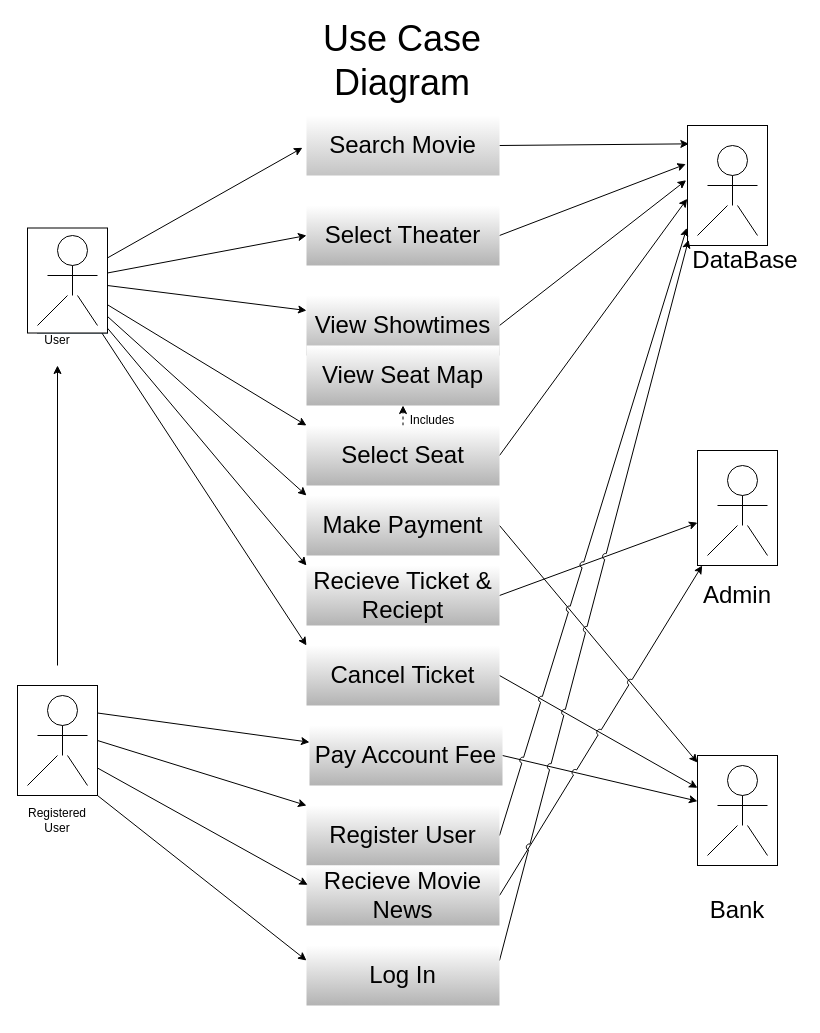
Dele-Oyelese/ENSF614_Project keeps this draw.io diagram as docs/UseCaseDiagram.drawio. Above is the earlier version. Source tidied: cells renumbered, new cells numbered last; positions are measured from the earlier drawing's top-left corner, leaving out a move shared by most shapes. Both pictures are drawn from the tidied source at 100%, with x=0, y=0 at pixel (17, 45).
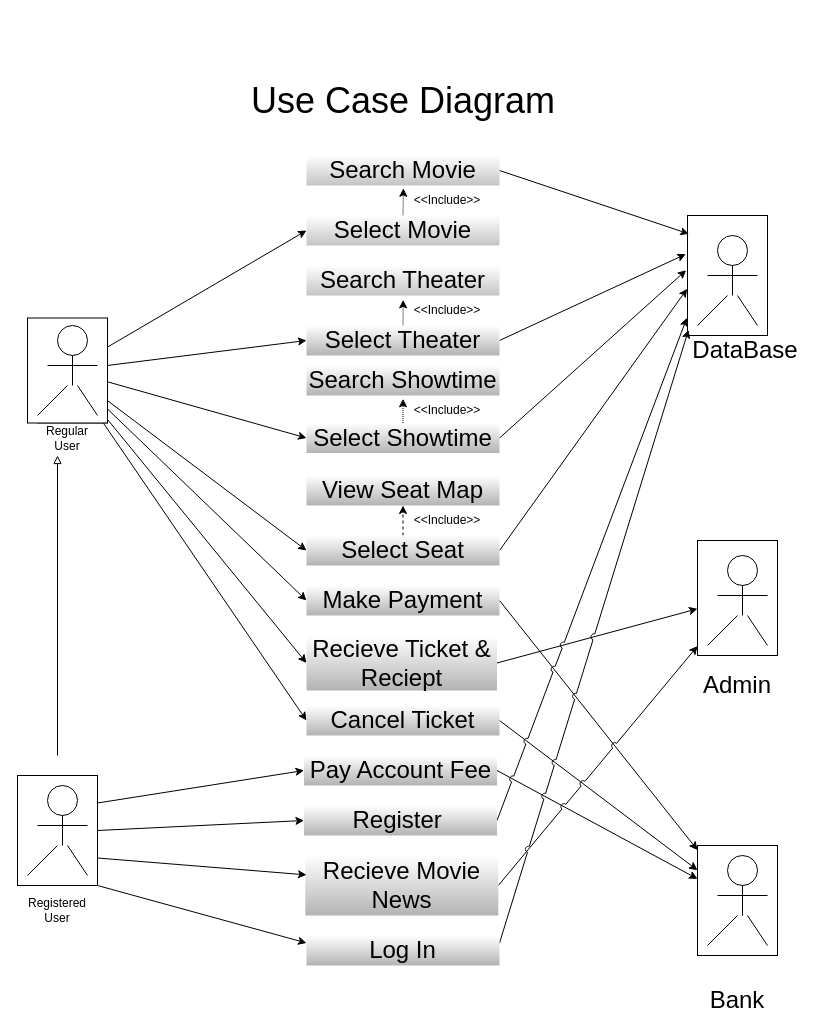
The same page after the edit.

Commit message (it also covers changes not shown here):
reviewed usecase diagrams

Unchanged cells that the change refers to:
```xml
<mxCell id="50" style="rounded=0;whiteSpace=wrap;html=1;fontSize=24;" parent="49" vertex="1">
  <mxGeometry x="-10" y="-7.5" width="80" height="105" as="geometry" />
</mxCell>
```

The edit, as a diff of the source:
```diff
@@
-    <mxCell id="2" style="rounded=0;jettySize=auto;html=1;fontSize=24;entryX=-0.021;entryY=0.538;entryDx=0;entryDy=0;entryPerimeter=0;" parent="1" edge="1" source="50" target="26">
+    <mxCell id="2" style="rounded=0;jettySize=auto;html=1;fontSize=24;entryX=0;entryY=0.5;entryDx=0;entryDy=0;" parent="1" edge="1" source="50" target="83">
       <mxGeometry relative="1" as="geometry" />
     </mxCell>
@@
-    <mxCell id="4" style="edgeStyle=none;rounded=0;jettySize=auto;html=1;fontSize=24;entryX=0;entryY=0.25;entryDx=0;entryDy=0;" parent="1" edge="1" source="50" target="30">
+    <mxCell id="4" style="edgeStyle=none;rounded=0;jettySize=auto;html=1;fontSize=24;entryX=0;entryY=0.5;entryDx=0;entryDy=0;" parent="1" edge="1" source="50" target="30">
       <mxGeometry relative="1" as="geometry" />
     </mxCell>
-    <mxCell id="5" style="edgeStyle=none;rounded=0;jettySize=auto;html=1;fontSize=24;entryX=0;entryY=0;entryDx=0;entryDy=0;" parent="1" edge="1" source="50" target="34">
+    <mxCell id="5" style="edgeStyle=none;rounded=0;jettySize=auto;html=1;fontSize=24;entryX=0;entryY=0.5;entryDx=0;entryDy=0;" parent="1" edge="1" source="50" target="34">
       <mxGeometry relative="1" as="geometry" />
     </mxCell>
-    <mxCell id="6" style="edgeStyle=none;rounded=0;jettySize=auto;html=1;fontSize=24;entryX=0;entryY=0;entryDx=0;entryDy=0;" parent="1" edge="1" source="50" target="36">
+    <mxCell id="6" style="edgeStyle=none;rounded=0;jettySize=auto;html=1;fontSize=24;entryX=0;entryY=0.5;entryDx=0;entryDy=0;" parent="1" edge="1" source="50" target="36">
       <mxGeometry relative="1" as="geometry" />
     </mxCell>
-    <mxCell id="7" style="edgeStyle=none;rounded=0;jettySize=auto;html=1;fontSize=24;entryX=0;entryY=0;entryDx=0;entryDy=0;" parent="1" edge="1" source="50" target="38">
+    <mxCell id="7" style="edgeStyle=none;rounded=0;jettySize=auto;html=1;fontSize=24;entryX=0;entryY=0.5;entryDx=0;entryDy=0;" parent="1" edge="1" source="50" target="38">
       <mxGeometry relative="1" as="geometry" />
     </mxCell>
-    <mxCell id="8" style="edgeStyle=none;rounded=0;jettySize=auto;html=1;fontSize=24;entryX=0;entryY=0;entryDx=0;entryDy=0;" parent="1" edge="1" source="50" target="40">
+    <mxCell id="8" style="edgeStyle=none;rounded=0;jettySize=auto;html=1;fontSize=24;entryX=0;entryY=0.5;entryDx=0;entryDy=0;" parent="1" edge="1" source="50" target="40">
       <mxGeometry relative="1" as="geometry" />
     </mxCell>
     <mxCell id="9" style="group;" parent="1" vertex="1">
-      <mxGeometry x="10" y="650" width="60" height="90" as="geometry" />
+      <mxGeometry x="10" y="740" width="60" height="90" as="geometry" />
     </mxCell>
@@
     <mxCell id="15" style="group;" parent="1" vertex="1">
-      <mxGeometry x="690" y="720" width="95" height="100" as="geometry" />
+      <mxGeometry x="690" y="810" width="95" height="100" as="geometry" />
     </mxCell>
@@
-    <mxCell id="22" value="User" style="text;html=1;strokeColor=none;fillColor=none;align=center;verticalAlign=middle;whiteSpace=wrap;rounded=0;" parent="1" vertex="1">
-      <mxGeometry x="10" y="280" width="60" height="30" as="geometry" />
+    <mxCell id="22" value="Regular User" style="text;html=1;strokeColor=none;fillColor=none;align=center;verticalAlign=middle;whiteSpace=wrap;rounded=0;" parent="1" vertex="1">
+      <mxGeometry x="20" y="377.5" width="60" height="30" as="geometry" />
     </mxCell>
     <mxCell id="23" value="Registered User" style="text;html=1;strokeColor=none;fillColor=none;align=center;verticalAlign=middle;whiteSpace=wrap;rounded=0;" parent="1" vertex="1">
-      <mxGeometry x="10" y="760" width="60" height="30" as="geometry" />
+      <mxGeometry x="10" y="850" width="60" height="30" as="geometry" />
     </mxCell>
-    <mxCell id="24" style="endArrow=classic;html=1;rounded=0;" parent="1" edge="1">
+    <mxCell id="24" style="endArrow=block;html=1;rounded=0;endFill=0;" parent="1" edge="1">
       <mxGeometry relative="1" as="geometry">
-        <mxPoint x="40" y="620" as="sourcePoint" />
-        <mxPoint x="40" y="320" as="targetPoint" />
+        <mxPoint x="40" y="710" as="sourcePoint" />
+        <mxPoint x="40" y="410" as="targetPoint" />
       </mxGeometry>
     </mxCell>
@@
     <mxCell id="26" value="&lt;font style=&quot;font-size: 24px;&quot;&gt;Search Movie&lt;/font&gt;" style="text;html=1;strokeColor=none;fillColor=default;align=center;verticalAlign=middle;whiteSpace=wrap;rounded=0;gradientColor=#C4C4C4;" parent="1" vertex="1">
-      <mxGeometry x="289" y="70" width="193" height="60" as="geometry" />
+      <mxGeometry x="289" y="110" width="193" height="30" as="geometry" />
     </mxCell>
@@
+    <mxCell id="80" style="edgeStyle=orthogonalEdgeStyle;rounded=0;jettySize=auto;html=1;exitX=0.5;exitY=0;exitDx=0;exitDy=0;entryX=0.501;entryY=1.145;entryDx=0;entryDy=0;entryPerimeter=0;dashed=1;dashPattern=1 1;" parent="1" edge="1" source="28" target="85">
+      <mxGeometry relative="1" as="geometry" />
+    </mxCell>
     <mxCell id="28" value="&lt;font style=&quot;font-size: 24px;&quot;&gt;Select Theater&lt;/font&gt;" style="text;html=1;strokeColor=none;fillColor=default;align=center;verticalAlign=middle;whiteSpace=wrap;rounded=0;gradientColor=#B3B3B3;" parent="1" vertex="1">
-      <mxGeometry x="289" y="160" width="193" height="60" as="geometry" />
+      <mxGeometry x="289" y="280" width="193" height="30" as="geometry" />
     </mxCell>
@@
+    <mxCell id="81" style="edgeStyle=orthogonalEdgeStyle;rounded=0;jettySize=auto;html=1;exitX=0.5;exitY=0;exitDx=0;exitDy=0;entryX=0.5;entryY=1.109;entryDx=0;entryDy=0;entryPerimeter=0;dashed=1;dashPattern=1 1;" parent="1" edge="1" source="30" target="86">
+      <mxGeometry relative="1" as="geometry" />
+    </mxCell>
-    <mxCell id="30" value="&lt;font style=&quot;font-size: 24px;&quot;&gt;View Showtimes&lt;/font&gt;" style="text;html=1;strokeColor=none;fillColor=default;align=center;verticalAlign=middle;whiteSpace=wrap;rounded=0;gradientColor=#B3B3B3;" parent="1" vertex="1">
-      <mxGeometry x="289" y="250" width="193" height="60" as="geometry" />
+    <mxCell id="30" value="&lt;font style=&quot;font-size: 24px;&quot;&gt;Select Showtime&lt;/font&gt;" style="text;html=1;strokeColor=none;fillColor=default;align=center;verticalAlign=middle;whiteSpace=wrap;rounded=0;gradientColor=#B3B3B3;" parent="1" vertex="1">
+      <mxGeometry x="289" y="377.5" width="193" height="30" as="geometry" />
     </mxCell>
     <mxCell id="31" value="&lt;font style=&quot;font-size: 24px;&quot;&gt;View Seat Map&lt;/font&gt;" style="text;html=1;strokeColor=none;fillColor=default;align=center;verticalAlign=middle;whiteSpace=wrap;rounded=0;gradientColor=#B3B3B3;" parent="1" vertex="1">
-      <mxGeometry x="289" y="300" width="193" height="60" as="geometry" />
+      <mxGeometry x="289" y="430" width="193" height="30" as="geometry" />
     </mxCell>
@@
     <mxCell id="34" value="&lt;font style=&quot;font-size: 24px;&quot;&gt;Select Seat&lt;/font&gt;" style="text;html=1;strokeColor=none;fillColor=default;align=center;verticalAlign=middle;whiteSpace=wrap;rounded=0;gradientColor=#B3B3B3;" parent="1" vertex="1">
-      <mxGeometry x="289" y="380" width="193" height="60" as="geometry" />
+      <mxGeometry x="289" y="490" width="193" height="30" as="geometry" />
     </mxCell>
@@
     <mxCell id="36" value="&lt;font style=&quot;font-size: 24px;&quot;&gt;Make Payment&lt;/font&gt;" style="text;html=1;strokeColor=none;fillColor=default;align=center;verticalAlign=middle;whiteSpace=wrap;rounded=0;gradientColor=#B3B3B3;" parent="1" vertex="1">
-      <mxGeometry x="289" y="450" width="193" height="60" as="geometry" />
+      <mxGeometry x="289" y="540" width="193" height="30" as="geometry" />
     </mxCell>
@@
     <mxCell id="38" value="&lt;font style=&quot;font-size: 24px;&quot;&gt;Recieve Ticket &amp;amp; Reciept&lt;/font&gt;" style="text;html=1;strokeColor=none;fillColor=default;align=center;verticalAlign=middle;whiteSpace=wrap;rounded=0;gradientColor=#B3B3B3;" parent="1" vertex="1">
-      <mxGeometry x="289" y="520" width="193" height="60" as="geometry" />
+      <mxGeometry x="289" y="590" width="190.5" height="55" as="geometry" />
     </mxCell>
@@
     <mxCell id="40" value="&lt;font style=&quot;font-size: 24px;&quot;&gt;Cancel Ticket&lt;/font&gt;" style="text;html=1;strokeColor=none;fillColor=default;align=center;verticalAlign=middle;whiteSpace=wrap;rounded=0;gradientColor=#B3B3B3;" parent="1" vertex="1">
-      <mxGeometry x="289" y="600" width="193" height="60" as="geometry" />
+      <mxGeometry x="289" y="660" width="193" height="30" as="geometry" />
     </mxCell>
@@
     <mxCell id="42" value="&lt;font style=&quot;font-size: 24px;&quot;&gt;Pay Account Fee&lt;/font&gt;" style="text;html=1;strokeColor=none;fillColor=default;align=center;verticalAlign=middle;whiteSpace=wrap;rounded=0;gradientColor=#B3B3B3;" parent="1" vertex="1">
-      <mxGeometry x="292" y="680" width="193" height="60" as="geometry" />
+      <mxGeometry x="286.5" y="710" width="193" height="30" as="geometry" />
     </mxCell>
@@
-    <mxCell id="44" value="&lt;font style=&quot;font-size: 24px;&quot;&gt;Register User&lt;/font&gt;" style="text;html=1;strokeColor=none;fillColor=default;align=center;verticalAlign=middle;whiteSpace=wrap;rounded=0;gradientColor=#B3B3B3;" parent="1" vertex="1">
-      <mxGeometry x="289" y="760" width="193" height="60" as="geometry" />
+    <mxCell id="44" value="&lt;font style=&quot;font-size: 24px;&quot;&gt;Register&amp;nbsp;&lt;/font&gt;" style="text;html=1;strokeColor=none;fillColor=default;align=center;verticalAlign=middle;whiteSpace=wrap;rounded=0;gradientColor=#B3B3B3;" parent="1" vertex="1">
+      <mxGeometry x="286.5" y="760" width="193" height="30" as="geometry" />
     </mxCell>
@@
     <mxCell id="46" value="&lt;font style=&quot;font-size: 24px;&quot;&gt;Recieve Movie News&lt;/font&gt;" style="text;html=1;strokeColor=none;fillColor=default;align=center;verticalAlign=middle;whiteSpace=wrap;rounded=0;gradientColor=#B3B3B3;" parent="1" vertex="1">
-      <mxGeometry x="289" y="820" width="193" height="60" as="geometry" />
+      <mxGeometry x="287.8" y="810" width="193" height="60" as="geometry" />
     </mxCell>
@@
     <mxCell id="48" value="&lt;font style=&quot;font-size: 24px;&quot;&gt;Log In&lt;/font&gt;" style="text;html=1;strokeColor=none;fillColor=default;align=center;verticalAlign=middle;whiteSpace=wrap;rounded=0;gradientColor=#B3B3B3;" parent="1" vertex="1">
-      <mxGeometry x="289" y="900" width="193" height="60" as="geometry" />
+      <mxGeometry x="289" y="890" width="193" height="30" as="geometry" />
     </mxCell>
     <mxCell id="49" style="group;fillColor=#bac8d3;strokeColor=#23445d;" parent="1" vertex="1">
-      <mxGeometry x="20" y="190" width="70" height="97.5" as="geometry" />
+      <mxGeometry x="20" y="280" width="70" height="97.5" as="geometry" />
     </mxCell>
@@
     <mxCell id="56" style="group;" parent="1" vertex="1">
-      <mxGeometry x="680" y="100" width="95" height="100" as="geometry" />
+      <mxGeometry x="680" y="190" width="95" height="100" as="geometry" />
     </mxCell>
@@
     <mxCell id="63" style="group;" parent="1" vertex="1">
-      <mxGeometry x="690" y="420" width="95" height="100" as="geometry" />
+      <mxGeometry x="690" y="510" width="95" height="100" as="geometry" />
     </mxCell>
@@
     <mxCell id="70" value="DataBase" style="text;html=1;strokeColor=none;fillColor=none;align=center;verticalAlign=middle;whiteSpace=wrap;rounded=0;fontSize=24;" parent="1" vertex="1">
-      <mxGeometry x="697.5" y="200" width="60" height="30" as="geometry" />
+      <mxGeometry x="697.5" y="290" width="60" height="30" as="geometry" />
     </mxCell>
     <mxCell id="71" value="Admin" style="text;html=1;strokeColor=none;fillColor=none;align=center;verticalAlign=middle;whiteSpace=wrap;rounded=0;fontSize=24;" parent="1" vertex="1">
-      <mxGeometry x="690" y="535" width="60" height="30" as="geometry" />
+      <mxGeometry x="690" y="625" width="60" height="30" as="geometry" />
     </mxCell>
     <mxCell id="72" value="Bank" style="text;html=1;strokeColor=none;fillColor=none;align=center;verticalAlign=middle;whiteSpace=wrap;rounded=0;fontSize=24;" parent="1" vertex="1">
-      <mxGeometry x="690" y="850" width="60" height="30" as="geometry" />
+      <mxGeometry x="690" y="940" width="60" height="30" as="geometry" />
     </mxCell>
-    <mxCell id="73" value="Includes" style="text;html=1;strokeColor=none;fillColor=none;align=center;verticalAlign=middle;whiteSpace=wrap;rounded=0;fontSize=12;" parent="1" vertex="1">
-      <mxGeometry x="385" y="360" width="60" height="30" as="geometry" />
-    </mxCell>
-    <mxCell id="74" style="edgeStyle=none;rounded=0;jettySize=auto;html=1;exitX=1;exitY=0.25;exitDx=0;exitDy=0;fontSize=12;" parent="1" edge="1" source="78" target="42">
+    <mxCell id="74" style="edgeStyle=none;rounded=0;jettySize=auto;html=1;exitX=1;exitY=0.25;exitDx=0;exitDy=0;fontSize=12;entryX=0;entryY=0.5;entryDx=0;entryDy=0;" parent="1" edge="1" source="78" target="42">
       <mxGeometry relative="1" as="geometry" />
     </mxCell>
-    <mxCell id="75" style="edgeStyle=none;rounded=0;jettySize=auto;html=1;exitX=1;exitY=0.5;exitDx=0;exitDy=0;fontSize=12;" parent="1" edge="1" source="78" target="44">
+    <mxCell id="75" style="edgeStyle=none;rounded=0;jettySize=auto;html=1;exitX=1;exitY=0.5;exitDx=0;exitDy=0;fontSize=12;entryX=0;entryY=0.5;entryDx=0;entryDy=0;" parent="1" edge="1" source="78" target="44">
       <mxGeometry relative="1" as="geometry" />
     </mxCell>
@@
     <mxCell id="78" style="rounded=0;whiteSpace=wrap;html=1;fontSize=12;fillColor=none;gradientColor=#B3B3B3;" parent="1" vertex="1">
-      <mxGeometry y="640" width="80" height="110" as="geometry" />
+      <mxGeometry y="730" width="80" height="110" as="geometry" />
     </mxCell>
     <mxCell id="79" value="Use Case Diagram" style="text;html=1;strokeColor=none;fillColor=none;align=center;verticalAlign=middle;whiteSpace=wrap;rounded=0;fontSize=36;" parent="1" vertex="1">
-      <mxGeometry x="250" width="270" height="30" as="geometry" />
+      <mxGeometry x="220.5" y="40" width="330" height="30" as="geometry" />
     </mxCell>
+    <mxCell id="82" style="edgeStyle=orthogonalEdgeStyle;rounded=0;jettySize=auto;html=1;exitX=0.5;exitY=0;exitDx=0;exitDy=0;entryX=0.502;entryY=1.094;entryDx=0;entryDy=0;entryPerimeter=0;dashed=1;dashPattern=1 1;" parent="1" edge="1" source="83" target="26">
+      <mxGeometry relative="1" as="geometry" />
+    </mxCell>
+    <mxCell id="83" value="&lt;font style=&quot;font-size: 24px;&quot;&gt;Select Movie&lt;/font&gt;" style="text;html=1;strokeColor=none;fillColor=default;align=center;verticalAlign=middle;whiteSpace=wrap;rounded=0;gradientColor=#C4C4C4;" parent="1" vertex="1">
+      <mxGeometry x="289" y="170" width="193" height="30" as="geometry" />
+    </mxCell>
+    <mxCell id="84" value="&amp;lt;&amp;lt;Include&amp;gt;&amp;gt;" style="text;html=1;strokeColor=none;fillColor=none;align=center;verticalAlign=middle;whiteSpace=wrap;rounded=0;fontSize=12;" parent="1" vertex="1">
+      <mxGeometry x="400" y="140" width="60" height="30" as="geometry" />
+    </mxCell>
+    <mxCell id="85" value="&lt;font style=&quot;font-size: 24px;&quot;&gt;Search Theater&lt;/font&gt;" style="text;html=1;strokeColor=none;fillColor=default;align=center;verticalAlign=middle;whiteSpace=wrap;rounded=0;gradientColor=#C4C4C4;" parent="1" vertex="1">
+      <mxGeometry x="289" y="220" width="193" height="30" as="geometry" />
+    </mxCell>
+    <mxCell id="86" value="&lt;font style=&quot;font-size: 24px;&quot;&gt;Search Showtime&lt;/font&gt;" style="text;html=1;strokeColor=none;fillColor=default;align=center;verticalAlign=middle;whiteSpace=wrap;rounded=0;gradientColor=#B3B3B3;" parent="1" vertex="1">
+      <mxGeometry x="289" y="320" width="193" height="30" as="geometry" />
+    </mxCell>
+    <mxCell id="87" value="&amp;lt;&amp;lt;Include&amp;gt;&amp;gt;" style="text;html=1;strokeColor=none;fillColor=none;align=center;verticalAlign=middle;whiteSpace=wrap;rounded=0;fontSize=12;" parent="1" vertex="1">
+      <mxGeometry x="400" y="250" width="60" height="30" as="geometry" />
+    </mxCell>
+    <mxCell id="88" value="&amp;lt;&amp;lt;Include&amp;gt;&amp;gt;" style="text;html=1;strokeColor=none;fillColor=none;align=center;verticalAlign=middle;whiteSpace=wrap;rounded=0;fontSize=12;" parent="1" vertex="1">
+      <mxGeometry x="400" y="350" width="60" height="30" as="geometry" />
+    </mxCell>
+    <mxCell id="89" value="&amp;lt;&amp;lt;Include&amp;gt;&amp;gt;" style="text;html=1;strokeColor=none;fillColor=none;align=center;verticalAlign=middle;whiteSpace=wrap;rounded=0;fontSize=12;" parent="1" vertex="1">
+      <mxGeometry x="400" y="460" width="60" height="30" as="geometry" />
+    </mxCell>
```
